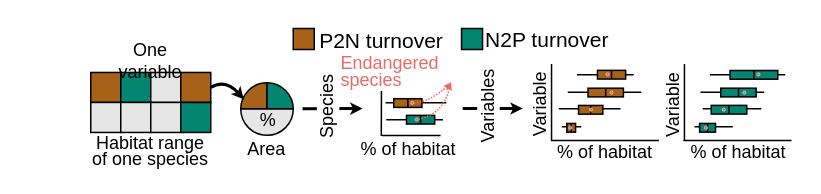
LLeiSong/SClimpact keeps this draw.io diagram as docs/fig1_flow.drawio. Above is the earlier version. Source tidied: cells renumbered, new cells numbered last; positions are measured from the earlier drawing's top-left corner, leaving out a move shared by most shapes. Both pictures are drawn from the tidied source at 150%, with x=0, y=0 at pixel (90, 27).
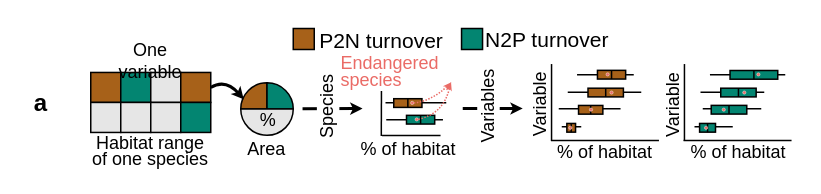
After the change.

Commit message (it also covers changes not shown here):
Done figure 1 and 2 and their associates

Change to the diagram source:
```diff
@@
+    <mxCell id="80" value="a" style="text;html=1;align=center;verticalAlign=middle;whiteSpace=wrap;rounded=0;fontFamily=Merriweather;spacing=0;fontStyle=1;fontSize=16;" parent="1" vertex="1">
+      <mxGeometry x="-43" y="40.8" width="20" height="18" as="geometry" />
+    </mxCell>
```
